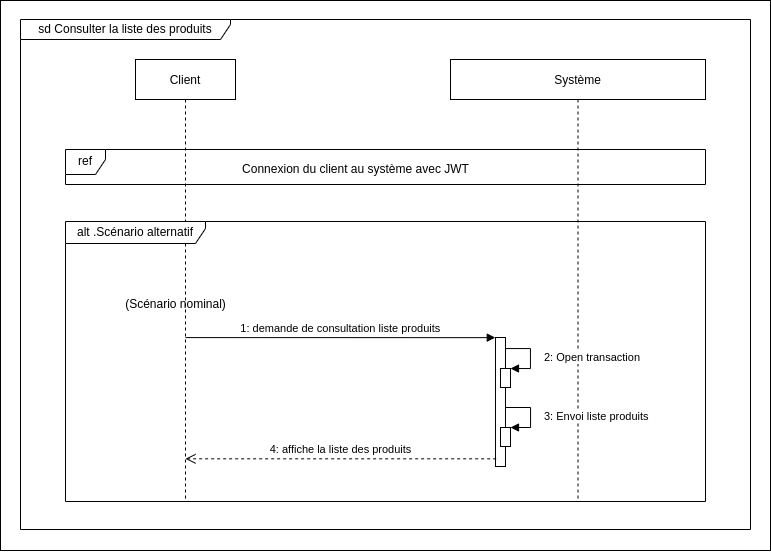
laurent-66/API-BileMo keeps this draw.io diagram as conception/Diagramme UML/Diag-séquences/Diag séq Consulter liste des produits.png. Above is the earlier version. Source tidied: cells renumbered, new cells last; positions are measured from the earlier drawing's top-left corner, leaving out a move shared by most shapes. The source it was exported from:
```xml
<mxGraphModel>
  <root>
    <mxCell id="0" />
    <mxCell id="1" parent="0" />
    <mxCell id="2" style="rounded=0;whiteSpace=wrap;html=1;" parent="1" vertex="1">
      <mxGeometry width="770" height="550" as="geometry" />
    </mxCell>
    <mxCell id="3" value="Client" style="shape=umlLifeline;perimeter=lifelinePerimeter;rounded=0;shadow=0;strokeWidth=1;" parent="1" vertex="1">
      <mxGeometry x="135" y="59" width="100" height="440" as="geometry" />
    </mxCell>
    <mxCell id="4" value="Système" style="shape=umlLifeline;perimeter=lifelinePerimeter;rounded=0;shadow=0;strokeWidth=1;" parent="1" vertex="1">
      <mxGeometry x="450" y="59" width="255" height="440" as="geometry" />
    </mxCell>
    <mxCell id="5" value="alt .Scénario alternatif" style="shape=umlFrame;whiteSpace=wrap;html=1;width=140;height=22;" parent="4" vertex="1">
      <mxGeometry x="-385" y="162" width="640" height="280" as="geometry" />
    </mxCell>
    <mxCell id="6" value="ref" style="shape=umlFrame;whiteSpace=wrap;html=1;width=40;height=25;" parent="4" vertex="1">
      <mxGeometry x="-385" y="90" width="640" height="35" as="geometry" />
    </mxCell>
    <mxCell id="7" value="Connexion du client au système avec JWT" style="text;html=1;align=center;verticalAlign=middle;strokeColor=none;fillColor=none;" parent="4" vertex="1">
      <mxGeometry x="-220" y="95" width="250" height="30" as="geometry" />
    </mxCell>
    <mxCell id="8" value="(Scénario nominal)" style="text;html=1;align=center;verticalAlign=middle;strokeColor=none;fillColor=none;" parent="1" vertex="1">
      <mxGeometry x="115" y="289" width="120" height="30" as="geometry" />
    </mxCell>
    <mxCell id="9" value="sd Consulter la liste des produits" style="shape=umlFrame;whiteSpace=wrap;html=1;width=210;height=20;" parent="1" vertex="1">
      <mxGeometry x="20" y="19" width="730" height="510" as="geometry" />
    </mxCell>
    <mxCell id="10" style="points=[];perimeter=orthogonalPerimeter;rounded=0;shadow=0;strokeWidth=1;" parent="1" vertex="1">
      <mxGeometry x="495" y="337" width="10" height="129" as="geometry" />
    </mxCell>
    <mxCell id="11" style="html=1;points=[];perimeter=orthogonalPerimeter;" parent="1" vertex="1">
      <mxGeometry x="500" y="368" width="10" height="19" as="geometry" />
    </mxCell>
    <mxCell id="12" value="2: Open transaction" style="edgeStyle=orthogonalEdgeStyle;html=1;align=left;spacingLeft=2;endArrow=block;rounded=0;entryX=1;entryY=0;" parent="1" edge="1" source="10" target="11">
      <mxGeometry x="0.06" y="10" relative="1" as="geometry">
        <Array as="points">
          <mxPoint x="530" y="348" />
          <mxPoint x="530" y="368" />
        </Array>
      </mxGeometry>
    </mxCell>
    <mxCell id="13" value="1: demande de consultation liste produits" style="verticalAlign=bottom;endArrow=block;shadow=0;strokeWidth=1;entryX=-0.02;entryY=0.001;entryDx=0;entryDy=0;entryPerimeter=0;" parent="1" edge="1" target="10">
      <mxGeometry relative="1" as="geometry">
        <mxPoint x="185" y="337.1" as="sourcePoint" />
      </mxGeometry>
    </mxCell>
    <mxCell id="14" value="4: affiche la liste des produits" style="html=1;verticalAlign=bottom;endArrow=open;dashed=1;endSize=8;rounded=0;exitX=0.067;exitY=0.937;exitDx=0;exitDy=0;exitPerimeter=0;" parent="1" edge="1">
      <mxGeometry relative="1" as="geometry">
        <mxPoint x="495.7" y="458.3" as="sourcePoint" />
        <mxPoint x="185" y="458.3" as="targetPoint" />
      </mxGeometry>
    </mxCell>
    <mxCell id="15" style="html=1;points=[];perimeter=orthogonalPerimeter;" parent="1" vertex="1">
      <mxGeometry x="500" y="427" width="10" height="19" as="geometry" />
    </mxCell>
    <mxCell id="16" value="3: Envoi liste produits" style="edgeStyle=orthogonalEdgeStyle;html=1;align=left;spacingLeft=2;endArrow=block;rounded=0;entryX=1;entryY=0;" parent="1" edge="1" target="15">
      <mxGeometry x="0.06" y="10" relative="1" as="geometry">
        <mxPoint x="505" y="407" as="sourcePoint" />
        <Array as="points">
          <mxPoint x="530" y="407" />
          <mxPoint x="530" y="427" />
        </Array>
      </mxGeometry>
    </mxCell>
  </root>
</mxGraphModel>
```
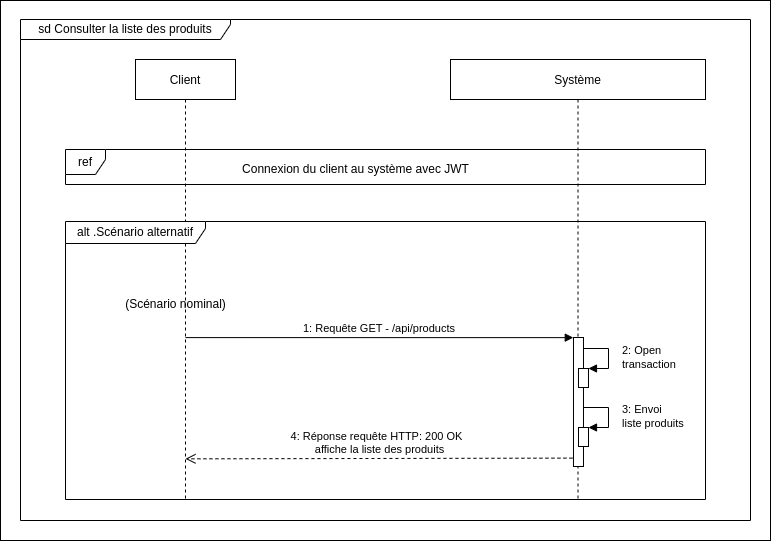
Later version of the same file.

Diff of the diagram source:
```diff
@@ -3,7 +3,7 @@
     <mxCell id="0" />
     <mxCell id="1" parent="0" />
     <mxCell id="2" style="rounded=0;whiteSpace=wrap;html=1;" parent="1" vertex="1">
-      <mxGeometry width="770" height="550" as="geometry" />
+      <mxGeometry width="770" height="540" as="geometry" />
     </mxCell>
     <mxCell id="3" value="Client" style="shape=umlLifeline;perimeter=lifelinePerimeter;rounded=0;shadow=0;strokeWidth=1;" parent="1" vertex="1">
       <mxGeometry x="135" y="59" width="100" height="440" as="geometry" />
@@ -12,7 +12,7 @@
       <mxGeometry x="450" y="59" width="255" height="440" as="geometry" />
     </mxCell>
     <mxCell id="5" value="alt .Scénario alternatif" style="shape=umlFrame;whiteSpace=wrap;html=1;width=140;height=22;" parent="4" vertex="1">
-      <mxGeometry x="-385" y="162" width="640" height="280" as="geometry" />
+      <mxGeometry x="-385" y="162" width="640" height="278" as="geometry" />
     </mxCell>
     <mxCell id="6" value="ref" style="shape=umlFrame;whiteSpace=wrap;html=1;width=40;height=25;" parent="4" vertex="1">
       <mxGeometry x="-385" y="90" width="640" height="35" as="geometry" />
@@ -24,42 +24,41 @@
       <mxGeometry x="115" y="289" width="120" height="30" as="geometry" />
     </mxCell>
     <mxCell id="9" value="sd Consulter la liste des produits" style="shape=umlFrame;whiteSpace=wrap;html=1;width=210;height=20;" parent="1" vertex="1">
-      <mxGeometry x="20" y="19" width="730" height="510" as="geometry" />
+      <mxGeometry x="20" y="19" width="730" height="501" as="geometry" />
     </mxCell>
     <mxCell id="10" style="points=[];perimeter=orthogonalPerimeter;rounded=0;shadow=0;strokeWidth=1;" parent="1" vertex="1">
-      <mxGeometry x="495" y="337" width="10" height="129" as="geometry" />
+      <mxGeometry x="573" y="337" width="10" height="129" as="geometry" />
     </mxCell>
     <mxCell id="11" style="html=1;points=[];perimeter=orthogonalPerimeter;" parent="1" vertex="1">
-      <mxGeometry x="500" y="368" width="10" height="19" as="geometry" />
+      <mxGeometry x="578" y="368" width="10" height="19" as="geometry" />
     </mxCell>
-    <mxCell id="12" value="2: Open transaction" style="edgeStyle=orthogonalEdgeStyle;html=1;align=left;spacingLeft=2;endArrow=block;rounded=0;entryX=1;entryY=0;" parent="1" edge="1" source="10" target="11">
+    <mxCell id="12" value="2: Open &lt;br&gt;transaction" style="edgeStyle=orthogonalEdgeStyle;html=1;align=left;spacingLeft=2;endArrow=block;rounded=0;entryX=1;entryY=0;" parent="1" edge="1" source="10" target="11">
       <mxGeometry x="0.06" y="10" relative="1" as="geometry">
         <Array as="points">
-          <mxPoint x="530" y="348" />
-          <mxPoint x="530" y="368" />
+          <mxPoint x="608" y="348" />
+          <mxPoint x="608" y="368" />
         </Array>
       </mxGeometry>
     </mxCell>
-    <mxCell id="13" value="1: demande de consultation liste produits" style="verticalAlign=bottom;endArrow=block;shadow=0;strokeWidth=1;entryX=-0.02;entryY=0.001;entryDx=0;entryDy=0;entryPerimeter=0;" parent="1" edge="1" target="10">
+    <mxCell id="13" value="1: Requête GET - /api/products" style="verticalAlign=bottom;endArrow=block;shadow=0;strokeWidth=1;entryX=-0.02;entryY=0.001;entryDx=0;entryDy=0;entryPerimeter=0;" parent="1" edge="1" target="10">
       <mxGeometry relative="1" as="geometry">
         <mxPoint x="185" y="337.1" as="sourcePoint" />
       </mxGeometry>
     </mxCell>
-    <mxCell id="14" value="4: affiche la liste des produits" style="html=1;verticalAlign=bottom;endArrow=open;dashed=1;endSize=8;rounded=0;exitX=0.067;exitY=0.937;exitDx=0;exitDy=0;exitPerimeter=0;" parent="1" edge="1">
+    <mxCell id="14" value="4: Réponse requête HTTP: 200 OK&amp;nbsp; &lt;br&gt;affiche la liste des produits" style="html=1;verticalAlign=bottom;endArrow=open;dashed=1;endSize=8;rounded=0;exitX=-0.104;exitY=0.935;exitDx=0;exitDy=0;exitPerimeter=0;" parent="1" edge="1" source="10">
       <mxGeometry relative="1" as="geometry">
-        <mxPoint x="495.7" y="458.3" as="sourcePoint" />
         <mxPoint x="185" y="458.3" as="targetPoint" />
       </mxGeometry>
     </mxCell>
     <mxCell id="15" style="html=1;points=[];perimeter=orthogonalPerimeter;" parent="1" vertex="1">
-      <mxGeometry x="500" y="427" width="10" height="19" as="geometry" />
+      <mxGeometry x="578" y="427" width="10" height="19" as="geometry" />
     </mxCell>
-    <mxCell id="16" value="3: Envoi liste produits" style="edgeStyle=orthogonalEdgeStyle;html=1;align=left;spacingLeft=2;endArrow=block;rounded=0;entryX=1;entryY=0;" parent="1" edge="1" target="15">
+    <mxCell id="16" value="3: Envoi &lt;br&gt;liste produits" style="edgeStyle=orthogonalEdgeStyle;html=1;align=left;spacingLeft=2;endArrow=block;rounded=0;entryX=1;entryY=0;" parent="1" edge="1" target="15">
       <mxGeometry x="0.06" y="10" relative="1" as="geometry">
-        <mxPoint x="505" y="407" as="sourcePoint" />
+        <mxPoint x="583" y="407" as="sourcePoint" />
         <Array as="points">
-          <mxPoint x="530" y="407" />
-          <mxPoint x="530" y="427" />
+          <mxPoint x="608" y="407" />
+          <mxPoint x="608" y="427" />
         </Array>
       </mxGeometry>
     </mxCell>
```
